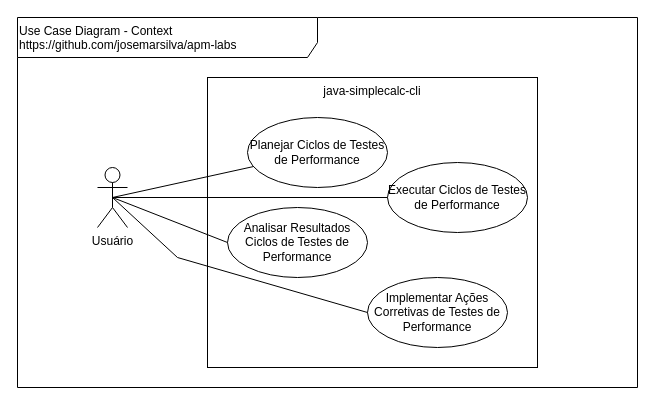
Before: doc/UseCaseDiagram-Context.drawio in josemarsilva/apm-labs, a draw.io diagram. Source tidied: cells renumbered, new cells numbered last; positions are measured from the earlier drawing's top-left corner, leaving out a move shared by most shapes. Both pictures are drawn from the tidied source at 100%, with x=0, y=0 at pixel (17, 17).
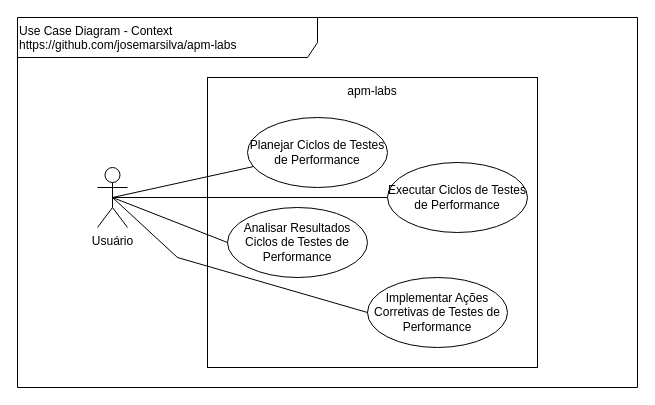
Above is the later version.

Change to the diagram source:
```diff
@@
 <mxGraphModel>
   <root>
     <mxCell id="0" />
     <mxCell id="1" parent="0" />
     <mxCell id="2" value="Use Case Diagram - Context&lt;br&gt;https://github.com/josemarsilva/apm-labs" style="shape=umlFrame;whiteSpace=wrap;html=1;width=300;height=40;verticalAlign=top;align=left;" parent="1" vertex="1">
       <mxGeometry width="620" height="370" as="geometry" />
     </mxCell>
     <mxCell id="3" value="&lt;div style=&quot;text-align: center&quot;&gt;&lt;span&gt;Usuário&lt;/span&gt;&lt;/div&gt;" style="shape=umlActor;verticalLabelPosition=bottom;labelBackgroundColor=#ffffff;verticalAlign=top;html=1;align=center;" parent="1" vertex="1">
       <mxGeometry x="80" y="150" width="30" height="60" as="geometry" />
     </mxCell>
-    <mxCell id="4" value="&lt;div style=&quot;text-align: center&quot;&gt;&lt;span&gt;java-simplecalc-cli&lt;/span&gt;&lt;/div&gt;" style="rounded=0;whiteSpace=wrap;html=1;align=center;verticalAlign=top;" parent="1" vertex="1">
+    <mxCell id="4" value="&lt;div style=&quot;text-align: center&quot;&gt;&lt;span&gt;apm-labs&lt;/span&gt;&lt;/div&gt;" style="rounded=0;whiteSpace=wrap;html=1;align=center;verticalAlign=top;" parent="1" vertex="1">
       <mxGeometry x="190" y="60" width="330" height="290" as="geometry" />
     </mxCell>
     <mxCell id="5" value="Planejar Ciclos de Testes de Performance" style="ellipse;whiteSpace=wrap;html=1;align=center;" parent="1" vertex="1">
       <mxGeometry x="230" y="100" width="140" height="70" as="geometry" />
     </mxCell>
     <mxCell id="6" style="rounded=0;jettySize=auto;html=1;endArrow=none;endFill=0;exitX=0.5;exitY=0.5;exitDx=0;exitDy=0;exitPerimeter=0;" parent="1" edge="1" source="3" target="5">
       <mxGeometry relative="1" as="geometry" />
     </mxCell>
     <mxCell id="7" value="Analisar Resultados Ciclos de Testes de Performance" style="ellipse;whiteSpace=wrap;html=1;align=center;" parent="1" vertex="1">
       <mxGeometry x="210" y="190" width="140" height="70" as="geometry" />
     </mxCell>
     <mxCell id="8" value="Implementar Ações Corretivas de Testes de Performance" style="ellipse;whiteSpace=wrap;html=1;align=center;" parent="1" vertex="1">
       <mxGeometry x="350" y="260" width="140" height="70" as="geometry" />
     </mxCell>
     <mxCell id="9" value="Executar Ciclos de Testes de Performance" style="ellipse;whiteSpace=wrap;html=1;align=center;" parent="1" vertex="1">
       <mxGeometry x="370" y="145" width="140" height="70" as="geometry" />
     </mxCell>
     <mxCell id="10" style="rounded=0;jettySize=auto;html=1;endArrow=none;endFill=0;entryX=0;entryY=0.5;entryDx=0;entryDy=0;exitX=0.5;exitY=0.5;exitDx=0;exitDy=0;exitPerimeter=0;" parent="1" edge="1" source="3" target="7">
       <mxGeometry relative="1" as="geometry" />
     </mxCell>
     <mxCell id="11" style="rounded=0;jettySize=auto;html=1;endArrow=none;endFill=0;entryX=0;entryY=0.5;entryDx=0;entryDy=0;exitX=0.5;exitY=0.5;exitDx=0;exitDy=0;exitPerimeter=0;" parent="1" edge="1" source="3" target="9">
       <mxGeometry relative="1" as="geometry" />
     </mxCell>
     <mxCell id="12" style="rounded=0;jettySize=auto;html=1;endArrow=none;endFill=0;entryX=0;entryY=0.5;entryDx=0;entryDy=0;exitX=0.5;exitY=0.5;exitDx=0;exitDy=0;exitPerimeter=0;" parent="1" edge="1" source="3" target="8">
       <mxGeometry relative="1" as="geometry">
         <Array as="points">
           <mxPoint x="160" y="240" />
         </Array>
       </mxGeometry>
     </mxCell>
   </root>
 </mxGraphModel>
```
